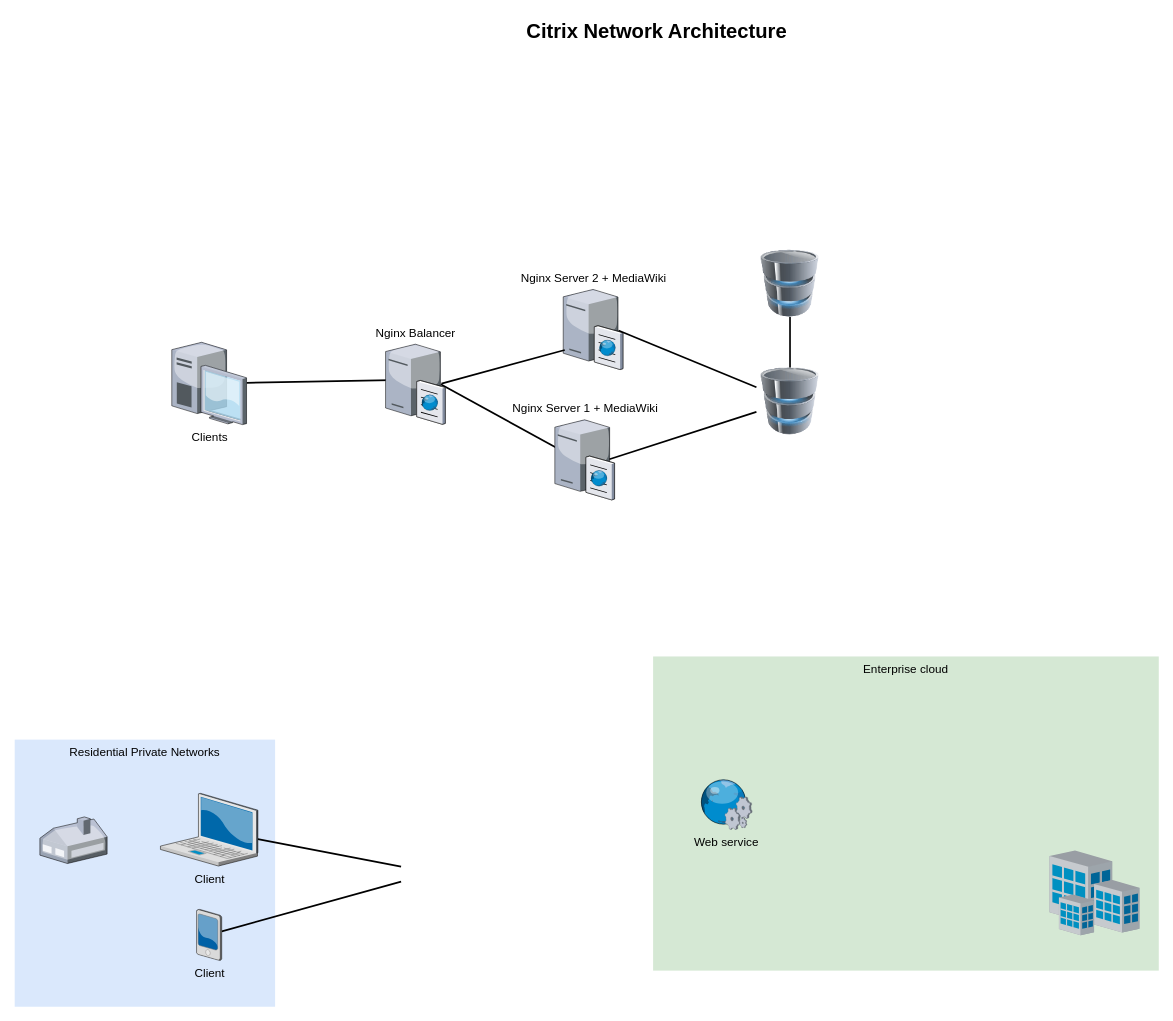
Earlier version of the draw.io diagram Diplom ver1.drawio (Kotobus/SysAdm_Diplom). Source tidied: cells renumbered, new cells numbered last; positions are measured from the earlier drawing's top-left corner, leaving out a move shared by most shapes. Both pictures are drawn from the tidied source at 84%, with x=0, y=0 at pixel (14, 14).
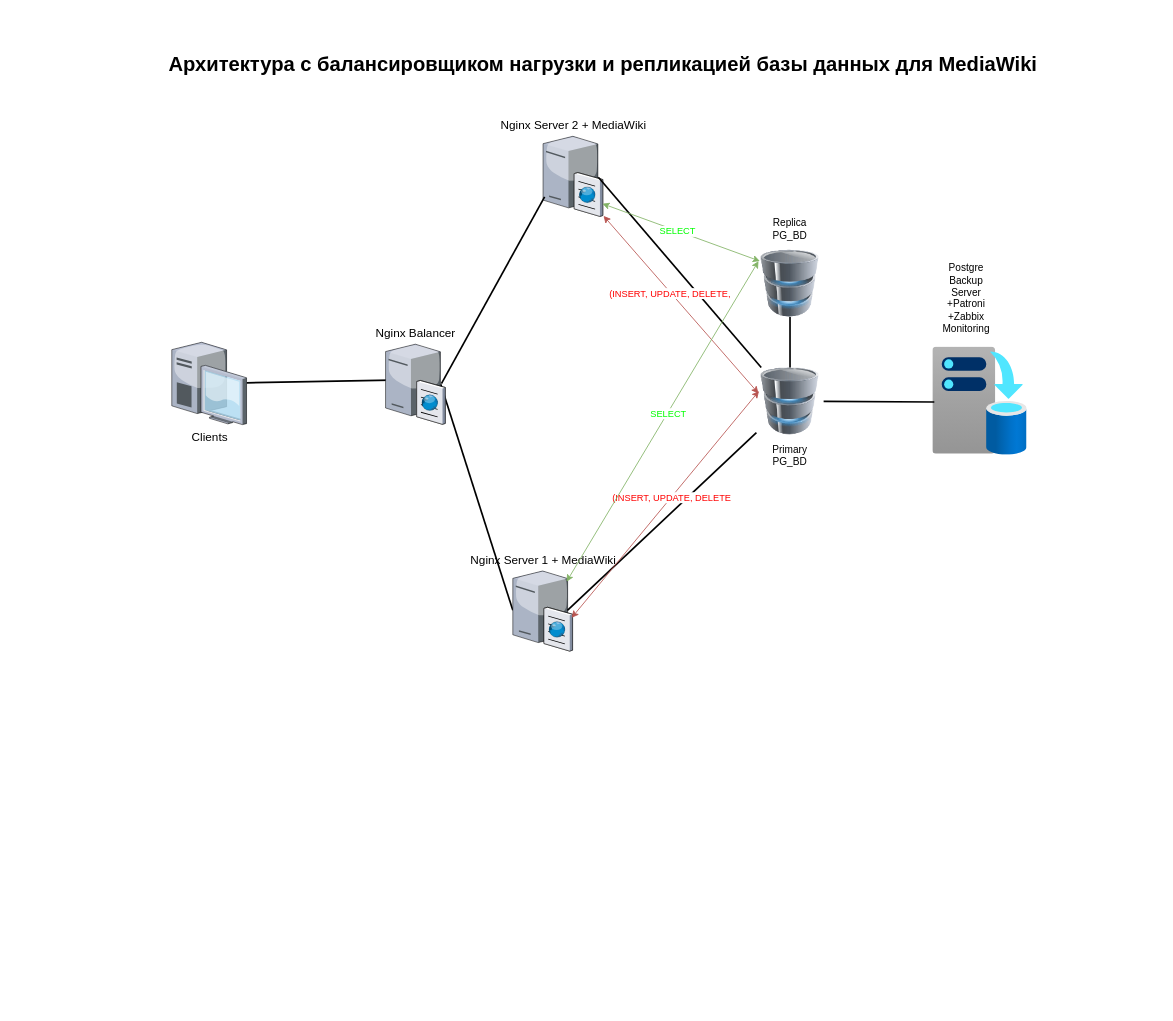
The same page after the edit.

Commit message:
Обновление Diplom ver2.drawio

The change refers to these unchanged cells:
```xml
<mxCell id="11" value="Nginx Balancer" style="verticalLabelPosition=top;html=1;verticalAlign=bottom;strokeColor=none;shape=mxgraph.citrix.cache_server;fillColor=#66B2FF;gradientColor=#0066CC;fontSize=14;labelPosition=center;align=center;" parent="1" vertex="1">
  <mxGeometry x="441.5" y="390" width="71" height="97.5" as="geometry" />
</mxCell>
<mxCell id="21" style="image;html=1;image=img/lib/clip_art/computers/Database_128x128.png;" parent="1" vertex="1">
  <mxGeometry x="883" y="420" width="80" height="80" as="geometry" />
</mxCell>
<mxCell id="22" style="image;html=1;image=img/lib/clip_art/computers/Database_128x128.png;" parent="1" vertex="1">
  <mxGeometry x="883" y="280" width="80" height="80" as="geometry" />
</mxCell>
```

What changed in the source:
```diff
@@
-    <mxCell id="2" value="Enterprise cloud" style="whiteSpace=wrap;html=1;fillColor=#d5e8d4;fontSize=14;strokeColor=none;verticalAlign=top;" parent="1" vertex="1">
-      <mxGeometry x="760" y="764" width="602" height="374" as="geometry" />
-    </mxCell>
-    <mxCell id="3" value="Residential Private Networks" style="whiteSpace=wrap;html=1;fillColor=#dae8fc;fontSize=14;strokeColor=none;verticalAlign=top;" parent="1" vertex="1">
-      <mxGeometry y="863" width="310" height="318" as="geometry" />
-    </mxCell>
-    <mxCell id="4" style="edgeStyle=none;rounded=0;html=1;startSize=10;endSize=10;jettySize=auto;fontSize=14;endArrow=none;endFill=0;strokeWidth=2;" parent="1" edge="1" source="5">
-      <mxGeometry relative="1" as="geometry">
-        <mxPoint x="460" y="1014.2" as="targetPoint" />
-      </mxGeometry>
-    </mxCell>
-    <mxCell id="5" value="Client" style="verticalLabelPosition=bottom;html=1;verticalAlign=top;strokeColor=none;shape=mxgraph.citrix.laptop_2;fillColor=#66B2FF;gradientColor=#0066CC;fontSize=14;" parent="1" vertex="1">
-      <mxGeometry x="173.5" y="927" width="116" height="86.5" as="geometry" />
-    </mxCell>
@@
-    <mxCell id="8" style="edgeStyle=none;rounded=0;html=1;startSize=10;endSize=10;jettySize=auto;fontSize=14;endArrow=none;endFill=0;strokeWidth=2;" parent="1" edge="1" source="9">
-      <mxGeometry relative="1" as="geometry">
-        <mxPoint x="460" y="1032.1" as="targetPoint" />
-      </mxGeometry>
-    </mxCell>
-    <mxCell id="9" value="Client" style="verticalLabelPosition=bottom;html=1;verticalAlign=top;strokeColor=none;shape=mxgraph.citrix.pda;fillColor=#66B2FF;gradientColor=#0066CC;fontSize=14;" parent="1" vertex="1">
-      <mxGeometry x="216.5" y="1065" width="30" height="61" as="geometry" />
-    </mxCell>
-    <mxCell id="10" style="edgeStyle=none;rounded=0;html=1;startSize=10;endSize=10;jettySize=auto;fontSize=14;endArrow=none;endFill=0;strokeWidth=2;entryX=0.925;entryY=0.513;entryDx=0;entryDy=0;entryPerimeter=0;" parent="1" edge="1" target="11">
-      <mxGeometry relative="1" as="geometry">
-        <mxPoint x="653" y="520" as="sourcePoint" />
-      </mxGeometry>
+    <mxCell id="10" style="edgeStyle=none;rounded=0;html=1;startSize=10;endSize=10;jettySize=auto;fontSize=14;endArrow=none;endFill=0;strokeWidth=2;entryX=0.925;entryY=0.513;entryDx=0;entryDy=0;entryPerimeter=0;exitX=0;exitY=0.503;exitDx=0;exitDy=0;exitPerimeter=0;" parent="1" edge="1" source="16" target="11">
+      <mxGeometry relative="1" as="geometry" />
     </mxCell>
@@
-    <mxCell id="12" style="verticalLabelPosition=bottom;html=1;verticalAlign=top;strokeColor=none;shape=mxgraph.citrix.home_office;fillColor=#66B2FF;gradientColor=#0066CC;fontSize=14;" parent="1" vertex="1">
-      <mxGeometry x="30" y="955" width="80" height="55.5" as="geometry" />
-    </mxCell>
-    <mxCell id="13" value="Web service" style="verticalLabelPosition=bottom;html=1;verticalAlign=top;strokeColor=none;shape=mxgraph.citrix.web_service;fillColor=#66B2FF;gradientColor=#0066CC;fontSize=14;" parent="1" vertex="1">
-      <mxGeometry x="815" y="910" width="63" height="60" as="geometry" />
-    </mxCell>
-    <mxCell id="14" style="verticalLabelPosition=bottom;html=1;verticalAlign=top;strokeColor=none;shape=mxgraph.citrix.site;fillColor=#66B2FF;gradientColor=#0066CC;fontSize=14;" parent="1" vertex="1">
-      <mxGeometry x="1232" y="995" width="107" height="101" as="geometry" />
-    </mxCell>
-    <mxCell id="15" value="Citrix Network Architecture" style="text;strokeColor=none;fillColor=none;html=1;fontSize=24;fontStyle=1;verticalAlign=middle;align=center;" parent="1" vertex="1">
-      <mxGeometry x="333" width="861" height="40" as="geometry" />
+    <mxCell id="15" value="Архитектура с балансировщиком нагрузки и репликацией базы данных для MediaWiki" style="text;strokeColor=none;fillColor=none;html=1;fontSize=24;fontStyle=1;verticalAlign=middle;align=center;" parent="1" vertex="1">
+      <mxGeometry x="269" y="40" width="861" height="40" as="geometry" />
     </mxCell>
     <mxCell id="16" value="Nginx Server 1 + MediaWiki" style="verticalLabelPosition=top;html=1;verticalAlign=bottom;strokeColor=none;shape=mxgraph.citrix.cache_server;fillColor=#66B2FF;gradientColor=#0066CC;fontSize=14;labelPosition=center;align=center;" parent="1" vertex="1">
-      <mxGeometry x="643" y="480" width="71" height="97.5" as="geometry" />
+      <mxGeometry x="593" y="660" width="71" height="97.5" as="geometry" />
     </mxCell>
     <mxCell id="17" value="Nginx Server 2 + MediaWiki" style="verticalLabelPosition=top;html=1;verticalAlign=bottom;strokeColor=none;shape=mxgraph.citrix.cache_server;fillColor=#66B2FF;gradientColor=#0066CC;fontSize=14;labelPosition=center;align=center;" parent="1" vertex="1">
-      <mxGeometry x="653" y="324.8" width="71" height="97.5" as="geometry" />
+      <mxGeometry x="629" y="142.5" width="71" height="97.5" as="geometry" />
     </mxCell>
@@
+    <mxCell id="24" value="Replica PG_BD" style="text;html=1;align=center;verticalAlign=middle;whiteSpace=wrap;rounded=0;" parent="1" vertex="1">
+      <mxGeometry x="893" y="240" width="60" height="30" as="geometry" />
+    </mxCell>
+    <mxCell id="25" value="Primary PG_BD" style="text;html=1;align=center;verticalAlign=middle;whiteSpace=wrap;rounded=0;" parent="1" vertex="1">
+      <mxGeometry x="893" y="510" width="60" height="30" as="geometry" />
+    </mxCell>
+    <mxCell id="26" style="endArrow=classic;startArrow=classic;html=1;rounded=0;entryX=0.038;entryY=0.35;entryDx=0;entryDy=0;entryPerimeter=0;exitX=0.986;exitY=0.595;exitDx=0;exitDy=0;exitPerimeter=0;fillColor=#f8cecc;strokeColor=#b85450;" parent="1" edge="1" source="16" target="21">
+      <mxGeometry relative="1" as="geometry" />
+    </mxCell>
+    <mxCell id="27" value="&lt;font style=&quot;color: rgb(255, 0, 0);&quot;&gt;(INSERT, UPDATE, DELETE&lt;/font&gt;" style="edgeLabel;html=1;align=center;verticalAlign=middle;" parent="26" vertex="1">
+      <mxGeometry x="0.07" y="1" relative="1" as="geometry">
+        <mxPoint y="1" as="offset" />
+      </mxGeometry>
+    </mxCell>
+    <mxCell id="28" style="endArrow=classic;startArrow=classic;html=1;rounded=0;exitX=1.014;exitY=0.995;exitDx=0;exitDy=0;exitPerimeter=0;fillColor=#f8cecc;strokeColor=#b85450;entryX=0.031;entryY=0.385;entryDx=0;entryDy=0;entryPerimeter=0;" parent="1" edge="1" source="17" target="21">
+      <mxGeometry relative="1" as="geometry" />
+    </mxCell>
+    <mxCell id="29" value="&lt;font style=&quot;color: rgb(255, 0, 0);&quot;&gt;(INSERT, UPDATE, DELETE,&lt;/font&gt;" style="edgeLabel;html=1;align=center;verticalAlign=middle;" parent="28" vertex="1">
+      <mxGeometry x="-0.14" y="-2" relative="1" as="geometry" />
+    </mxCell>
+    <mxCell id="30" style="endArrow=classic;startArrow=classic;html=1;rounded=0;exitX=0.901;exitY=0.154;exitDx=0;exitDy=0;exitPerimeter=0;fillColor=#d5e8d4;strokeColor=#82b366;entryX=0.031;entryY=0.167;entryDx=0;entryDy=0;entryPerimeter=0;" parent="1" edge="1" source="16" target="22">
+      <mxGeometry relative="1" as="geometry" />
+    </mxCell>
+    <mxCell id="31" value="&lt;font style=&quot;color: rgb(0, 255, 0);&quot;&gt;SELECT&lt;/font&gt;" style="edgeLabel;html=1;align=center;verticalAlign=middle;" parent="30" vertex="1">
+      <mxGeometry x="0.05" relative="1" as="geometry" />
+    </mxCell>
+    <mxCell id="32" style="endArrow=classic;startArrow=classic;html=1;rounded=0;fillColor=#d5e8d4;strokeColor=#82b366;entryX=0.995;entryY=0.846;entryDx=0;entryDy=0;entryPerimeter=0;exitX=0.052;exitY=0.167;exitDx=0;exitDy=0;exitPerimeter=0;" parent="1" edge="1" source="22" target="17">
+      <mxGeometry relative="1" as="geometry" />
+    </mxCell>
+    <mxCell id="33" value="&lt;font style=&quot;color: rgb(0, 255, 0);&quot;&gt;SELECT&lt;/font&gt;" style="edgeLabel;html=1;align=center;verticalAlign=middle;" parent="32" vertex="1">
+      <mxGeometry x="0.05" relative="1" as="geometry" />
+    </mxCell>
+    <mxCell id="34" style="image;html=1;points=[];align=center;fontSize=12;image=img/lib/azure2/azure_stack/Infrastructure_Backup.svg;" parent="1" vertex="1">
+      <mxGeometry x="1093" y="395.5" width="112.2" height="129" as="geometry" />
+    </mxCell>
+    <mxCell id="35" style="edgeStyle=none;rounded=0;html=1;startSize=10;endSize=10;jettySize=auto;fontSize=14;endArrow=none;endFill=0;strokeWidth=2;exitX=0.016;exitY=0.508;exitDx=0;exitDy=0;exitPerimeter=0;" parent="1" edge="1" source="34" target="21">
+      <mxGeometry relative="1" as="geometry" />
+    </mxCell>
+    <mxCell id="36" value="Postgre Backup Server +Patroni +Zabbix Monitoring&lt;div&gt;&lt;br&gt;&lt;/div&gt;" style="text;html=1;align=center;verticalAlign=middle;whiteSpace=wrap;rounded=0;" parent="1" vertex="1">
+      <mxGeometry x="1103" y="330" width="60" height="30" as="geometry" />
+    </mxCell>
```
